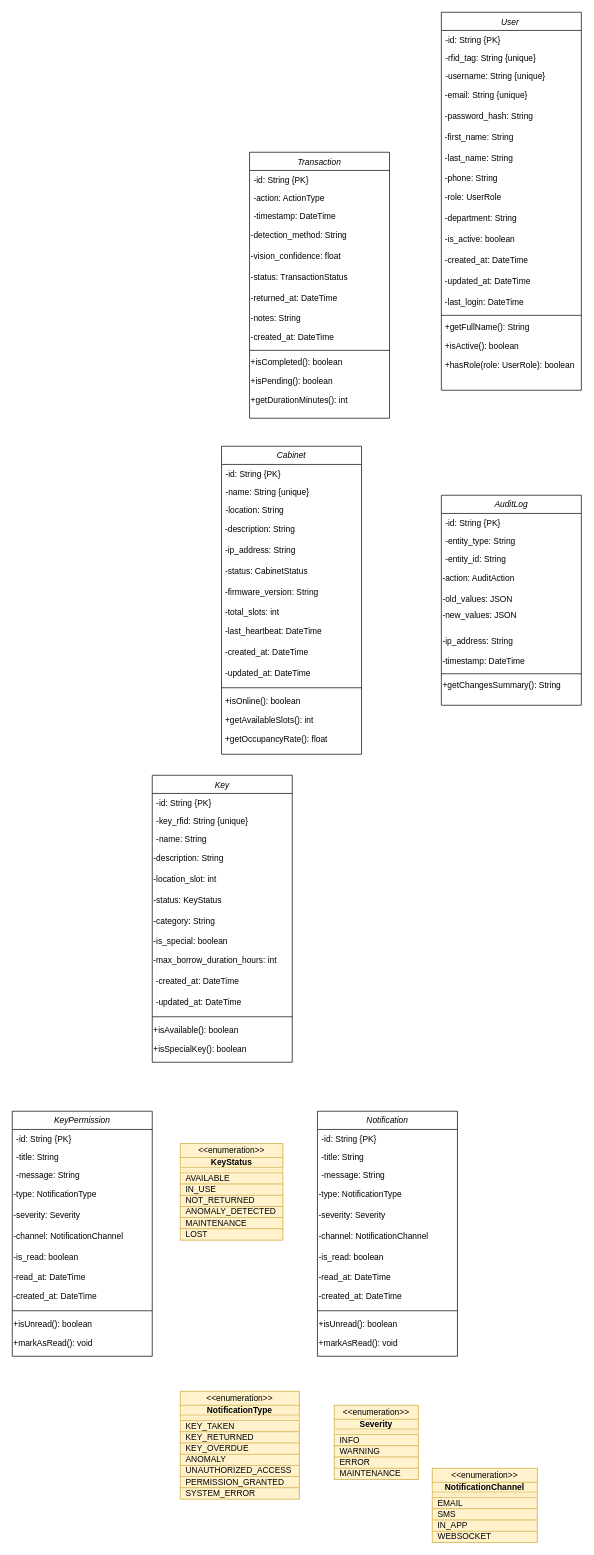
Before: classdiagram.drawio in YosrMekkii/smart-key-management-web, a draw.io diagram. Source tidied: cells renumbered, new cells numbered last; positions are measured from the earlier drawing's top-left corner, leaving out a move shared by most shapes. Both pictures are drawn from the tidied source at 70%, with x=0, y=0 at pixel (12, 12).
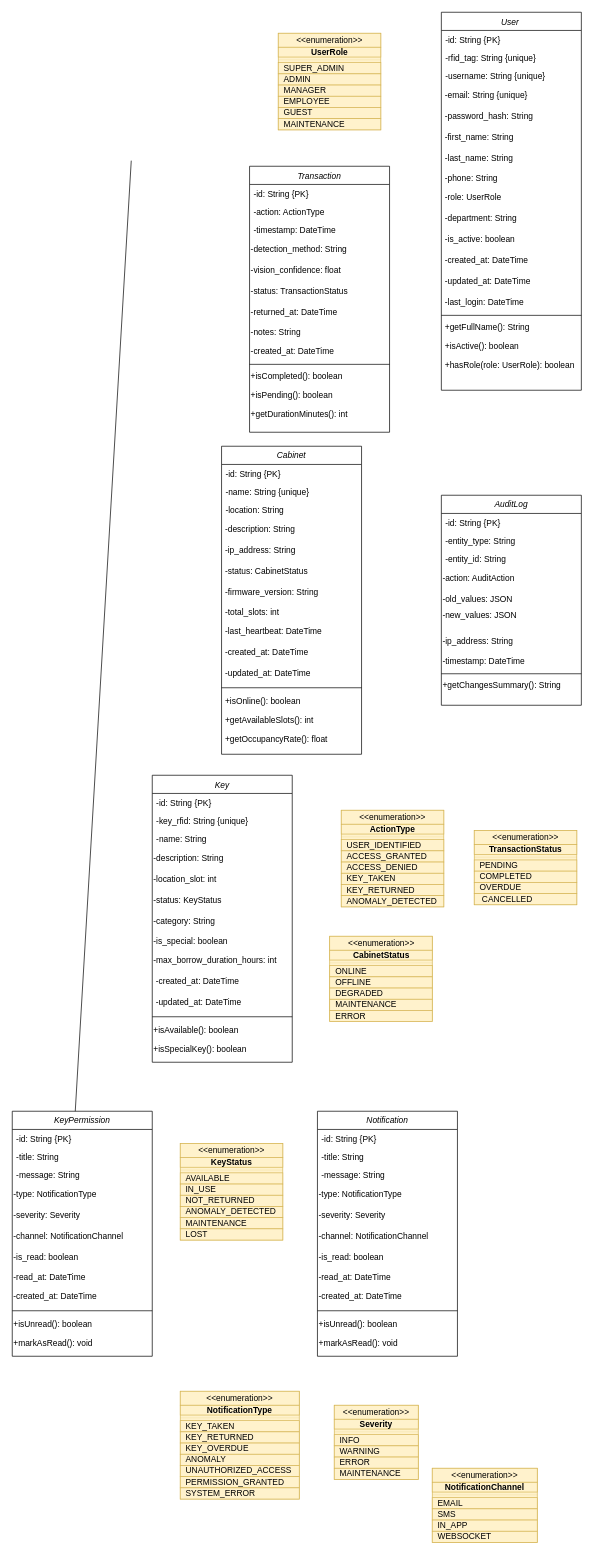
The same page after the edit.

Commit message (it also covers changes not shown here):
Mettre à jour classdiagram.drawio

The change refers to these unchanged cells:
```xml
<mxCell id="66" value="KeyPermission" style="swimlane;fontStyle=2;align=center;verticalAlign=top;horizontal=1;startSize=26;rounded=0;shadow=0;strokeWidth=1;" parent="1" vertex="1">
  <mxGeometry y="1570" width="200" height="350" as="geometry" />
</mxCell>
```

The edit, as a diff of the source:
```diff
@@
     <mxCell id="21" value="Transaction" style="swimlane;fontStyle=2;align=center;verticalAlign=top;horizontal=1;startSize=26;rounded=0;shadow=0;strokeWidth=1;" parent="1" vertex="1">
-      <mxGeometry x="339" y="200" width="200" height="380" as="geometry" />
+      <mxGeometry x="339" y="220" width="200" height="380" as="geometry" />
     </mxCell>
@@
+    <mxCell id="144" style="fontStyle=1;align=center;verticalAlign=middle;horizontal=1;fillColor=#fff2cc;strokeColor=#d6b656;" parent="1" vertex="1">
+      <mxGeometry x="453.5" y="1320" width="146.5" height="122" as="geometry" />
+    </mxCell>
+    <mxCell id="145" value="&amp;lt;&amp;lt;enumeration&amp;gt;&amp;gt;" style="html=1;align=center;spacing=0;verticalAlign=middle;strokeColor=#d6b656;fillColor=#fff2cc;whiteSpace=wrap;" parent="144" vertex="1">
+      <mxGeometry width="146.5" height="20" as="geometry" />
+    </mxCell>
+    <mxCell id="146" value="CabinetStatus" style="html=1;align=center;spacing=0;verticalAlign=middle;strokeColor=#d6b656;fillColor=#fff2cc;whiteSpace=wrap;fontStyle=1;" parent="144" vertex="1">
+      <mxGeometry y="20" width="146.5" height="14" as="geometry" />
+    </mxCell>
+    <mxCell id="147" style="line;strokeWidth=0.25;fillColor=#fff2cc;align=left;verticalAlign=middle;spacingTop=-1;spacingLeft=3;spacingRight=3;labelPosition=right;strokeColor=#d6b656;" parent="144" vertex="1">
+      <mxGeometry y="34" width="146.5" height="8" as="geometry" />
+    </mxCell>
+    <mxCell id="148" value="ONLINE" style="html=1;align=left;spacing=0;spacingLeft=8;verticalAlign=middle;strokeColor=#d6b656;fillColor=#fff2cc;whiteSpace=wrap;" parent="144" vertex="1">
+      <mxGeometry y="42" width="146.5" height="16" as="geometry" />
+    </mxCell>
+    <mxCell id="149" value="OFFLINE" style="html=1;align=left;spacing=0;spacingLeft=8;verticalAlign=middle;strokeColor=#d6b656;fillColor=#fff2cc;whiteSpace=wrap;" parent="144" vertex="1">
+      <mxGeometry y="58" width="146.5" height="16" as="geometry" />
+    </mxCell>
+    <mxCell id="150" style="html=1;align=left;spacing=0;spacingLeft=8;verticalAlign=middle;strokeColor=#d6b656;fillColor=#fff2cc;whiteSpace=wrap;" parent="144" vertex="1">
+      <mxGeometry y="74" width="146.5" as="geometry" />
+    </mxCell>
+    <mxCell id="151" value="DEGRADED" style="html=1;align=left;spacing=0;spacingLeft=8;verticalAlign=middle;strokeColor=#d6b656;fillColor=#fff2cc;whiteSpace=wrap;" parent="144" vertex="1">
+      <mxGeometry y="74" width="146.5" height="16" as="geometry" />
+    </mxCell>
+    <mxCell id="152" value="MAINTENANCE" style="html=1;align=left;spacing=0;spacingLeft=8;verticalAlign=middle;strokeColor=#d6b656;fillColor=#fff2cc;whiteSpace=wrap;" parent="144" vertex="1">
+      <mxGeometry y="90" width="146.5" height="16" as="geometry" />
+    </mxCell>
+    <mxCell id="153" value="ERROR" style="html=1;align=left;spacing=0;spacingLeft=8;verticalAlign=middle;strokeColor=#d6b656;fillColor=#fff2cc;whiteSpace=wrap;" parent="144" vertex="1">
+      <mxGeometry y="106" width="146.5" height="16" as="geometry" />
+    </mxCell>
+    <mxCell id="154" style="fontStyle=1;align=center;verticalAlign=middle;horizontal=1;fillColor=#fff2cc;strokeColor=#d6b656;" parent="1" vertex="1">
+      <mxGeometry x="470" y="1140" width="146.5" height="138" as="geometry" />
+    </mxCell>
+    <mxCell id="155" value="&amp;lt;&amp;lt;enumeration&amp;gt;&amp;gt;" style="html=1;align=center;spacing=0;verticalAlign=middle;strokeColor=#d6b656;fillColor=#fff2cc;whiteSpace=wrap;" parent="154" vertex="1">
+      <mxGeometry width="146.5" height="20" as="geometry" />
+    </mxCell>
+    <mxCell id="156" value="ActionType" style="html=1;align=center;spacing=0;verticalAlign=middle;strokeColor=#d6b656;fillColor=#fff2cc;whiteSpace=wrap;fontStyle=1;" parent="154" vertex="1">
+      <mxGeometry y="20" width="146.5" height="14" as="geometry" />
+    </mxCell>
+    <mxCell id="157" style="line;strokeWidth=0.25;fillColor=#fff2cc;align=left;verticalAlign=middle;spacingTop=-1;spacingLeft=3;spacingRight=3;labelPosition=right;strokeColor=#d6b656;" parent="154" vertex="1">
+      <mxGeometry y="34" width="146.5" height="8" as="geometry" />
+    </mxCell>
+    <mxCell id="158" value="USER_IDENTIFIED" style="html=1;align=left;spacing=0;spacingLeft=8;verticalAlign=middle;strokeColor=#d6b656;fillColor=#fff2cc;whiteSpace=wrap;" parent="154" vertex="1">
+      <mxGeometry y="42" width="146.5" height="16" as="geometry" />
+    </mxCell>
+    <mxCell id="159" value="ACCESS_GRANTED" style="html=1;align=left;spacing=0;spacingLeft=8;verticalAlign=middle;strokeColor=#d6b656;fillColor=#fff2cc;whiteSpace=wrap;" parent="154" vertex="1">
+      <mxGeometry y="58" width="146.5" height="16" as="geometry" />
+    </mxCell>
+    <mxCell id="160" style="html=1;align=left;spacing=0;spacingLeft=8;verticalAlign=middle;strokeColor=#d6b656;fillColor=#fff2cc;whiteSpace=wrap;" parent="154" vertex="1">
+      <mxGeometry y="74" width="146.5" as="geometry" />
+    </mxCell>
+    <mxCell id="161" value="ACCESS_DENIED" style="html=1;align=left;spacing=0;spacingLeft=8;verticalAlign=middle;strokeColor=#d6b656;fillColor=#fff2cc;whiteSpace=wrap;" parent="154" vertex="1">
+      <mxGeometry y="74" width="146.5" height="16" as="geometry" />
+    </mxCell>
+    <mxCell id="162" value="KEY_TAKEN" style="html=1;align=left;spacing=0;spacingLeft=8;verticalAlign=middle;strokeColor=#d6b656;fillColor=#fff2cc;whiteSpace=wrap;" parent="154" vertex="1">
+      <mxGeometry y="90" width="146.5" height="16" as="geometry" />
+    </mxCell>
+    <mxCell id="163" value="KEY_RETURNED" style="html=1;align=left;spacing=0;spacingLeft=8;verticalAlign=middle;strokeColor=#d6b656;fillColor=#fff2cc;whiteSpace=wrap;" parent="154" vertex="1">
+      <mxGeometry y="106" width="146.5" height="16" as="geometry" />
+    </mxCell>
+    <mxCell id="164" value="ANOMALY_DETECTED" style="html=1;align=left;spacing=0;spacingLeft=8;verticalAlign=middle;strokeColor=#d6b656;fillColor=#fff2cc;whiteSpace=wrap;" parent="154" vertex="1">
+      <mxGeometry y="122" width="146.5" height="16" as="geometry" />
+    </mxCell>
+    <mxCell id="165" style="fontStyle=1;align=center;verticalAlign=middle;horizontal=1;fillColor=#fff2cc;strokeColor=#d6b656;" parent="1" vertex="1">
+      <mxGeometry x="660" y="1169" width="146.5" height="106" as="geometry" />
+    </mxCell>
+    <mxCell id="166" value="&amp;lt;&amp;lt;enumeration&amp;gt;&amp;gt;" style="html=1;align=center;spacing=0;verticalAlign=middle;strokeColor=#d6b656;fillColor=#fff2cc;whiteSpace=wrap;" parent="165" vertex="1">
+      <mxGeometry width="146.5" height="20" as="geometry" />
+    </mxCell>
+    <mxCell id="167" value="TransactionStatus" style="html=1;align=center;spacing=0;verticalAlign=middle;strokeColor=#d6b656;fillColor=#fff2cc;whiteSpace=wrap;fontStyle=1;" parent="165" vertex="1">
+      <mxGeometry y="20" width="146.5" height="14" as="geometry" />
+    </mxCell>
+    <mxCell id="168" style="line;strokeWidth=0.25;fillColor=#fff2cc;align=left;verticalAlign=middle;spacingTop=-1;spacingLeft=3;spacingRight=3;labelPosition=right;strokeColor=#d6b656;" parent="165" vertex="1">
+      <mxGeometry y="34" width="146.5" height="8" as="geometry" />
+    </mxCell>
+    <mxCell id="169" value="PENDING" style="html=1;align=left;spacing=0;spacingLeft=8;verticalAlign=middle;strokeColor=#d6b656;fillColor=#fff2cc;whiteSpace=wrap;" parent="165" vertex="1">
+      <mxGeometry y="42" width="146.5" height="16" as="geometry" />
+    </mxCell>
+    <mxCell id="170" value="COMPLETED" style="html=1;align=left;spacing=0;spacingLeft=8;verticalAlign=middle;strokeColor=#d6b656;fillColor=#fff2cc;whiteSpace=wrap;" parent="165" vertex="1">
+      <mxGeometry y="58" width="146.5" height="16" as="geometry" />
+    </mxCell>
+    <mxCell id="171" style="html=1;align=left;spacing=0;spacingLeft=8;verticalAlign=middle;strokeColor=#d6b656;fillColor=#fff2cc;whiteSpace=wrap;" parent="165" vertex="1">
+      <mxGeometry y="74" width="146.5" as="geometry" />
+    </mxCell>
+    <mxCell id="172" value="OVERDUE" style="html=1;align=left;spacing=0;spacingLeft=8;verticalAlign=middle;strokeColor=#d6b656;fillColor=#fff2cc;whiteSpace=wrap;" parent="165" vertex="1">
+      <mxGeometry y="74" width="146.5" height="16" as="geometry" />
+    </mxCell>
+    <mxCell id="173" value="&amp;nbsp;CANCELLED" style="html=1;align=left;spacing=0;spacingLeft=8;verticalAlign=middle;strokeColor=#d6b656;fillColor=#fff2cc;whiteSpace=wrap;" parent="165" vertex="1">
+      <mxGeometry y="90" width="146.5" height="16" as="geometry" />
+    </mxCell>
+    <mxCell id="174" style="fontStyle=1;align=center;verticalAlign=middle;horizontal=1;fillColor=#fff2cc;strokeColor=#d6b656;" parent="1" vertex="1">
+      <mxGeometry x="380" y="30" width="146.5" height="138" as="geometry" />
+    </mxCell>
+    <mxCell id="175" value="&amp;lt;&amp;lt;enumeration&amp;gt;&amp;gt;" style="html=1;align=center;spacing=0;verticalAlign=middle;strokeColor=#d6b656;fillColor=#fff2cc;whiteSpace=wrap;" parent="174" vertex="1">
+      <mxGeometry width="146.5" height="20" as="geometry" />
+    </mxCell>
+    <mxCell id="176" value="UserRole" style="html=1;align=center;spacing=0;verticalAlign=middle;strokeColor=#d6b656;fillColor=#fff2cc;whiteSpace=wrap;fontStyle=1;" parent="174" vertex="1">
+      <mxGeometry y="20" width="146.5" height="14" as="geometry" />
+    </mxCell>
+    <mxCell id="177" style="line;strokeWidth=0.25;fillColor=#fff2cc;align=left;verticalAlign=middle;spacingTop=-1;spacingLeft=3;spacingRight=3;labelPosition=right;strokeColor=#d6b656;" parent="174" vertex="1">
+      <mxGeometry y="34" width="146.5" height="8" as="geometry" />
+    </mxCell>
+    <mxCell id="178" value="SUPER_ADMIN" style="html=1;align=left;spacing=0;spacingLeft=8;verticalAlign=middle;strokeColor=#d6b656;fillColor=#fff2cc;whiteSpace=wrap;" parent="174" vertex="1">
+      <mxGeometry y="42" width="146.5" height="16" as="geometry" />
+    </mxCell>
+    <mxCell id="179" value="ADMIN" style="html=1;align=left;spacing=0;spacingLeft=8;verticalAlign=middle;strokeColor=#d6b656;fillColor=#fff2cc;whiteSpace=wrap;" parent="174" vertex="1">
+      <mxGeometry y="58" width="146.5" height="16" as="geometry" />
+    </mxCell>
+    <mxCell id="180" style="html=1;align=left;spacing=0;spacingLeft=8;verticalAlign=middle;strokeColor=#d6b656;fillColor=#fff2cc;whiteSpace=wrap;" parent="174" vertex="1">
+      <mxGeometry y="74" width="146.5" as="geometry" />
+    </mxCell>
+    <mxCell id="181" value="MANAGER" style="html=1;align=left;spacing=0;spacingLeft=8;verticalAlign=middle;strokeColor=#d6b656;fillColor=#fff2cc;whiteSpace=wrap;" parent="174" vertex="1">
+      <mxGeometry y="74" width="146.5" height="16" as="geometry" />
+    </mxCell>
+    <mxCell id="182" value="EMPLOYEE" style="html=1;align=left;spacing=0;spacingLeft=8;verticalAlign=middle;strokeColor=#d6b656;fillColor=#fff2cc;whiteSpace=wrap;" parent="174" vertex="1">
+      <mxGeometry y="90" width="146.5" height="16" as="geometry" />
+    </mxCell>
+    <mxCell id="183" value="GUEST" style="html=1;align=left;spacing=0;spacingLeft=8;verticalAlign=middle;strokeColor=#d6b656;fillColor=#fff2cc;whiteSpace=wrap;" parent="174" vertex="1">
+      <mxGeometry y="106" width="146.5" height="16" as="geometry" />
+    </mxCell>
+    <mxCell id="184" value="MAINTENANCE" style="html=1;align=left;spacing=0;spacingLeft=8;verticalAlign=middle;strokeColor=#d6b656;fillColor=#fff2cc;whiteSpace=wrap;" parent="174" vertex="1">
+      <mxGeometry y="122" width="146.5" height="16" as="geometry" />
+    </mxCell>
+    <mxCell id="185" style="endArrow=none;html=1;rounded=0;exitX=0.45;exitY=0;exitDx=0;exitDy=0;exitPerimeter=0;" parent="1" edge="1" source="66">
+      <mxGeometry relative="1" as="geometry">
+        <mxPoint x="170" y="212" as="targetPoint" />
+      </mxGeometry>
+    </mxCell>
```
